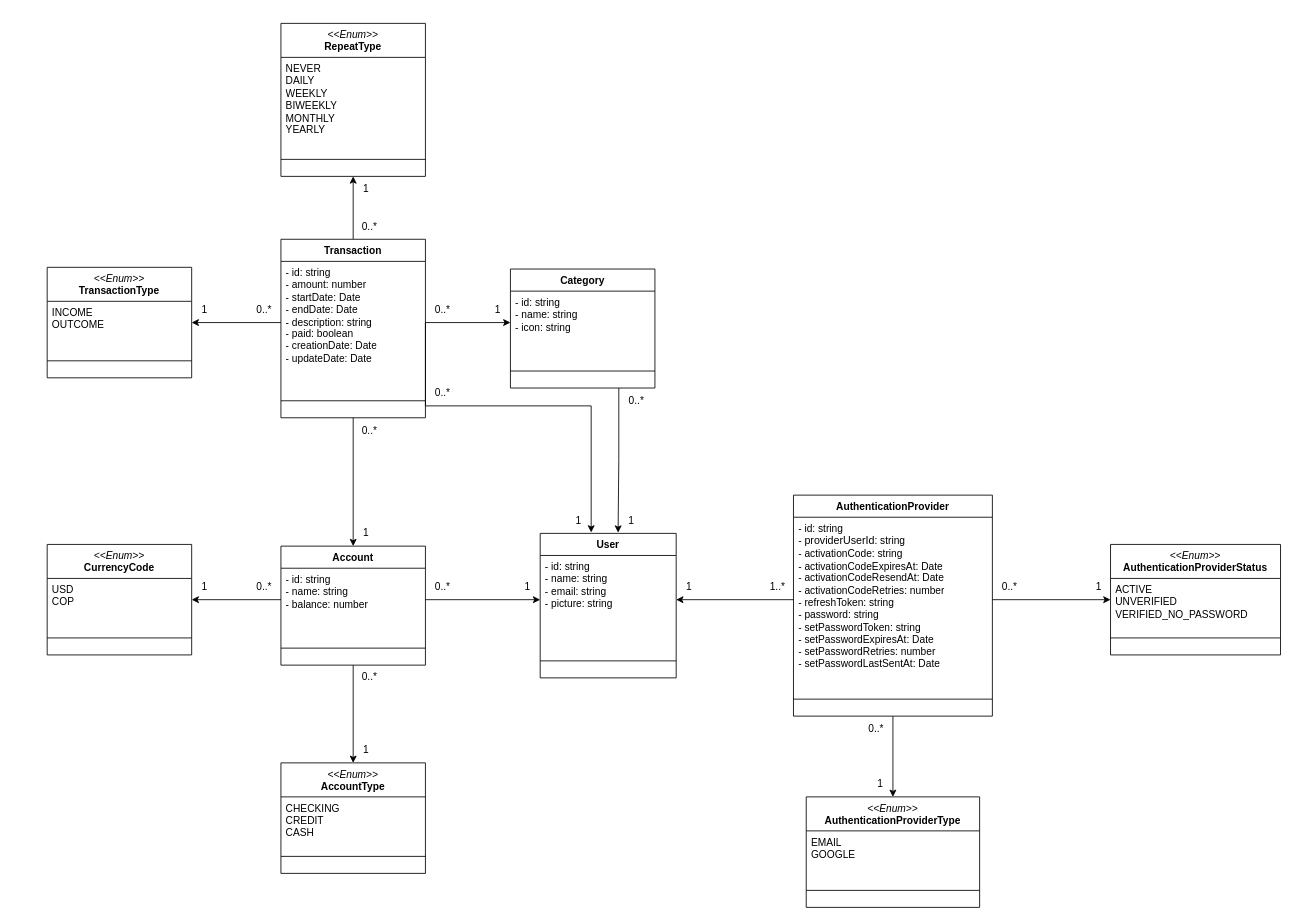
Before: docs/class_budget.drawio in acastillo9/budget-api, a draw.io diagram. Source tidied: cells renumbered, new cells numbered last; positions are measured from the earlier drawing's top-left corner, leaving out a move shared by most shapes. Both pictures are drawn from the tidied source at 85%, with x=0, y=0 at pixel (47, 23).
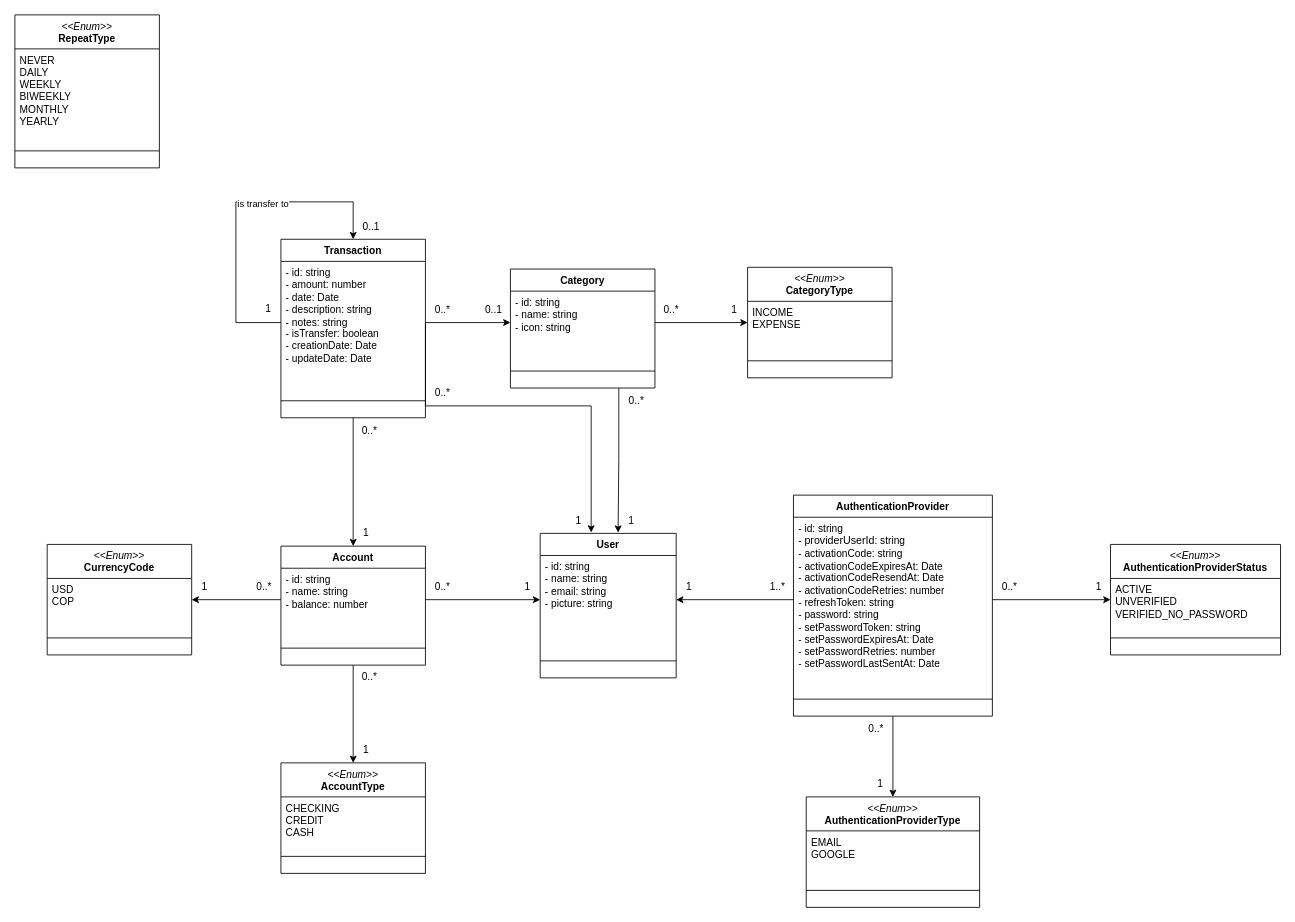
Above is the later version.

Unchanged cells that the change refers to:
```xml
<mxCell id="3" value="Transaction" style="swimlane;fontStyle=1;align=center;verticalAlign=top;horizontal=1;startSize=26;whiteSpace=wrap;html=1;" parent="1" vertex="1">
  <mxGeometry x="275" y="254" width="170" height="210" as="geometry" />
</mxCell>
<mxCell id="7" value="- id: string&lt;div&gt;- name: string&lt;/div&gt;&lt;div&gt;- icon: string&lt;/div&gt;" style="text;strokeColor=none;fillColor=none;align=left;verticalAlign=top;spacingLeft=4;spacingRight=4;overflow=hidden;points=[[0,0.5],[1,0.5]];portConstraint=eastwest;whiteSpace=wrap;html=1;" parent="6" vertex="1">
  <mxGeometry y="26" width="170" height="74" as="geometry" />
</mxCell>
```

The edit, as a diff of the source:
```diff
@@
-    <mxCell id="2" style="edgeStyle=orthogonalEdgeStyle;rounded=0;jettySize=auto;html=1;exitX=0.5;exitY=0;exitDx=0;exitDy=0;entryX=0.5;entryY=1;entryDx=0;entryDy=0;" parent="1" edge="1" source="3" target="11">
-      <mxGeometry relative="1" as="geometry" />
-    </mxCell>
@@
+    <mxCell id="71" style="edgeStyle=orthogonalEdgeStyle;rounded=0;jettySize=auto;html=1;entryX=0.5;entryY=0;entryDx=0;entryDy=0;endArrow=classic;startFill=0;endFill=1;" parent="3" edge="1" source="4" target="3">
+      <mxGeometry relative="1" as="geometry">
+        <Array as="points">
+          <mxPoint x="-53" y="98" />
+          <mxPoint x="-53" y="-44" />
+          <mxPoint x="85" y="-44" />
+        </Array>
+      </mxGeometry>
+    </mxCell>
+    <mxCell id="72" value="is transfer to" style="edgeLabel;html=1;align=center;verticalAlign=middle;" parent="71" vertex="1">
+      <mxGeometry x="0.2" y="-2" relative="1" as="geometry" />
+    </mxCell>
-    <mxCell id="4" value="- id: string&lt;div&gt;- amount: number&lt;/div&gt;&lt;div&gt;- startDate: Date&lt;/div&gt;&lt;div&gt;- endDate: Date&lt;/div&gt;&lt;div&gt;- description: string&lt;/div&gt;&lt;div&gt;- paid: boolean&lt;/div&gt;&lt;div&gt;- creationDate: Date&lt;/div&gt;&lt;div&gt;-&amp;nbsp;updateDate: Date&lt;/div&gt;" style="text;strokeColor=none;fillColor=none;align=left;verticalAlign=top;spacingLeft=4;spacingRight=4;overflow=hidden;points=[[0,0.5],[1,0.5]];portConstraint=eastwest;whiteSpace=wrap;html=1;" parent="3" vertex="1">
+    <mxCell id="4" value="- id: string&lt;div&gt;- amount: number&lt;/div&gt;&lt;div&gt;- date: Date&lt;/div&gt;&lt;div&gt;&lt;span style=&quot;background-color: transparent; color: light-dark(rgb(0, 0, 0), rgb(255, 255, 255));&quot;&gt;- description: string&lt;/span&gt;&lt;/div&gt;&lt;div&gt;- notes: string&lt;/div&gt;&lt;div&gt;- isTransfer: boolean&lt;/div&gt;&lt;div&gt;- creationDate: Date&lt;/div&gt;&lt;div&gt;-&amp;nbsp;updateDate: Date&lt;/div&gt;" style="text;strokeColor=none;fillColor=none;align=left;verticalAlign=top;spacingLeft=4;spacingRight=4;overflow=hidden;points=[[0,0.5],[1,0.5]];portConstraint=eastwest;whiteSpace=wrap;html=1;" parent="3" vertex="1">
       <mxGeometry y="26" width="170" height="144" as="geometry" />
     </mxCell>
@@
-    <mxCell id="10" value="1" style="text;html=1;align=center;verticalAlign=middle;strokeColor=none;fillColor=none;" parent="1" vertex="1">
-      <mxGeometry x="515" y="322" width="30" height="30" as="geometry" />
+    <mxCell id="10" value="0..1" style="text;html=1;align=center;verticalAlign=middle;strokeColor=none;fillColor=none;" parent="1" vertex="1">
+      <mxGeometry x="505" y="322" width="40" height="30" as="geometry" />
     </mxCell>
     <mxCell id="11" value="&lt;div&gt;&lt;i style=&quot;font-weight: 400;&quot;&gt;&amp;lt;&amp;lt;Enum&amp;gt;&amp;gt;&lt;/i&gt;&lt;br&gt;&lt;/div&gt;RepeatType" style="swimlane;fontStyle=1;align=center;verticalAlign=top;horizontal=1;startSize=40;whiteSpace=wrap;html=1;" parent="1" vertex="1">
-      <mxGeometry x="275" width="170" height="180" as="geometry" />
+      <mxGeometry x="-38" y="-10" width="170" height="180" as="geometry" />
     </mxCell>
@@
-    <mxCell id="14" value="1" style="text;html=1;align=center;verticalAlign=middle;strokeColor=none;fillColor=none;" parent="1" vertex="1">
-      <mxGeometry x="360" y="180" width="30" height="30" as="geometry" />
-    </mxCell>
@@
-    <mxCell id="18" value="0..*" style="text;html=1;align=center;verticalAlign=middle;strokeColor=none;fillColor=none;" parent="1" vertex="1">
-      <mxGeometry x="359" y="224" width="40" height="30" as="geometry" />
-    </mxCell>
-    <mxCell id="19" value="&lt;div&gt;&lt;i style=&quot;font-weight: 400;&quot;&gt;&amp;lt;&amp;lt;Enum&amp;gt;&amp;gt;&lt;/i&gt;&lt;br&gt;&lt;/div&gt;TransactionType" style="swimlane;fontStyle=1;align=center;verticalAlign=top;horizontal=1;startSize=40;whiteSpace=wrap;html=1;" parent="1" vertex="1">
-      <mxGeometry y="287" width="170" height="130" as="geometry" />
+    <mxCell id="19" value="&lt;div&gt;&lt;i style=&quot;font-weight: 400;&quot;&gt;&amp;lt;&amp;lt;Enum&amp;gt;&amp;gt;&lt;/i&gt;&lt;br&gt;&lt;/div&gt;CategoryType" style="swimlane;fontStyle=1;align=center;verticalAlign=top;horizontal=1;startSize=40;whiteSpace=wrap;html=1;" parent="1" vertex="1">
+      <mxGeometry x="824" y="287" width="170" height="130" as="geometry" />
     </mxCell>
-    <mxCell id="20" value="&lt;div&gt;INCOME&lt;/div&gt;&lt;div&gt;OUTCOME&lt;/div&gt;" style="text;strokeColor=none;fillColor=none;align=left;verticalAlign=top;spacingLeft=4;spacingRight=4;overflow=hidden;points=[[0,0.5],[1,0.5]];portConstraint=eastwest;whiteSpace=wrap;html=1;" parent="19" vertex="1">
+    <mxCell id="20" value="&lt;div&gt;INCOME&lt;/div&gt;&lt;div&gt;EXPENSE&lt;/div&gt;" style="text;strokeColor=none;fillColor=none;align=left;verticalAlign=top;spacingLeft=4;spacingRight=4;overflow=hidden;points=[[0,0.5],[1,0.5]];portConstraint=eastwest;whiteSpace=wrap;html=1;" parent="19" vertex="1">
       <mxGeometry y="40" width="170" height="50" as="geometry" />
     </mxCell>
@@
-    <mxCell id="22" value="1" style="text;html=1;align=center;verticalAlign=middle;strokeColor=none;fillColor=none;" parent="1" vertex="1">
-      <mxGeometry x="170" y="322" width="30" height="30" as="geometry" />
-    </mxCell>
-    <mxCell id="23" value="0..*" style="text;html=1;align=center;verticalAlign=middle;strokeColor=none;fillColor=none;" parent="1" vertex="1">
-      <mxGeometry x="235" y="322" width="40" height="30" as="geometry" />
-    </mxCell>
@@
-    <mxCell id="39" style="edgeStyle=orthogonalEdgeStyle;rounded=0;jettySize=auto;html=1;exitX=0;exitY=0.5;exitDx=0;exitDy=0;entryX=1;entryY=0.5;entryDx=0;entryDy=0;" parent="1" edge="1" source="4" target="19">
-      <mxGeometry relative="1" as="geometry" />
-    </mxCell>
@@
+    <mxCell id="73" style="edgeStyle=orthogonalEdgeStyle;rounded=0;jettySize=auto;html=1;entryX=0;entryY=0.5;entryDx=0;entryDy=0;" parent="1" edge="1" source="7" target="20">
+      <mxGeometry relative="1" as="geometry" />
+    </mxCell>
+    <mxCell id="74" value="1" style="text;html=1;align=center;verticalAlign=middle;strokeColor=none;fillColor=none;" parent="1" vertex="1">
+      <mxGeometry x="793" y="322" width="30" height="30" as="geometry" />
+    </mxCell>
+    <mxCell id="75" value="0..*" style="text;html=1;align=center;verticalAlign=middle;strokeColor=none;fillColor=none;" parent="1" vertex="1">
+      <mxGeometry x="714" y="322" width="40" height="30" as="geometry" />
+    </mxCell>
+    <mxCell id="76" value="1" style="text;html=1;align=center;verticalAlign=middle;strokeColor=none;fillColor=none;" parent="1" vertex="1">
+      <mxGeometry x="245" y="321" width="30" height="30" as="geometry" />
+    </mxCell>
+    <mxCell id="77" value="0..1" style="text;html=1;align=center;verticalAlign=middle;strokeColor=none;fillColor=none;" parent="1" vertex="1">
+      <mxGeometry x="361" y="224" width="40" height="30" as="geometry" />
+    </mxCell>
```
